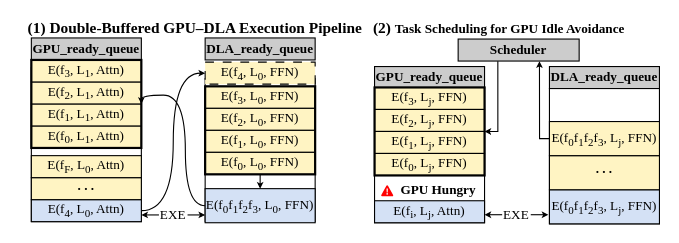
This is figures/design_pipeline.drawio from icszhr/hermes, a draw.io file, before an edit. Source tidied: cells renumbered, new cells numbered last; positions are measured from the earlier drawing's top-left corner, leaving out a move shared by most shapes. Both pictures are drawn from the tidied source at 110%, with x=0, y=0 at pixel (19, 21).
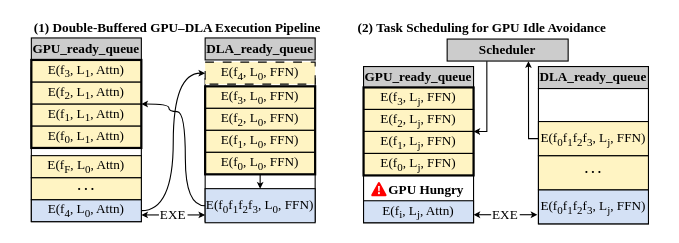
The same page after the edit.

The change refers to these unchanged cells:
```xml
<mxCell id="16" value="E(f&lt;sub&gt;2&lt;/sub&gt;, L&lt;sub&gt;1&lt;/sub&gt;, Attn)" style="rounded=0;whiteSpace=wrap;html=1;fontFamily=Times New Roman;fillColor=#FFF4C3;" parent="1" vertex="1">
  <mxGeometry x="11" y="55" width="100" height="20" as="geometry" />
</mxCell>
<mxCell id="21" value="E(f&lt;sub&gt;0&lt;/sub&gt;f&lt;sub&gt;1&lt;/sub&gt;f&lt;sub&gt;2&lt;/sub&gt;f&lt;sub&gt;3&lt;/sub&gt;, L&lt;sub&gt;0&lt;/sub&gt;, FFN)" style="rounded=0;whiteSpace=wrap;html=1;fontFamily=Times New Roman;fillColor=#D4E1F5;" parent="1" vertex="1">
  <mxGeometry x="169" y="152" width="100" height="31" as="geometry" />
</mxCell>
```

Diff of the diagram source:
```diff
@@
     <mxCell id="10" value="&lt;b&gt;Scheduler&lt;/b&gt;" style="rounded=0;whiteSpace=wrap;html=1;fontFamily=Times New Roman;fillColor=#CCCCCC;" parent="1" vertex="1">
-      <mxGeometry x="399" y="16" width="110" height="20" as="geometry" />
+      <mxGeometry x="389" y="16" width="110" height="20" as="geometry" />
     </mxCell>
@@
     <mxCell id="20" style="edgeStyle=orthogonalEdgeStyle;rounded=0;jettySize=auto;html=1;exitX=0;exitY=0.5;exitDx=0;exitDy=0;entryX=1;entryY=1;entryDx=0;entryDy=0;curved=1;endSize=3;" parent="1" edge="1" source="21" target="16">
       <mxGeometry relative="1" as="geometry">
         <Array as="points">
           <mxPoint x="151" y="168" />
-          <mxPoint x="151" y="67" />
+          <mxPoint x="151" y="82" />
+          <mxPoint x="136" y="82" />
+          <mxPoint x="136" y="75" />
         </Array>
       </mxGeometry>
     </mxCell>
@@
     <mxCell id="27" value="&lt;b&gt;GPU_ready_queue&lt;/b&gt;" style="rounded=0;whiteSpace=wrap;html=1;fontFamily=Times New Roman;fillColor=#CCCCCC;" parent="1" vertex="1">
-      <mxGeometry x="323" y="41" width="100" height="20" as="geometry" />
+      <mxGeometry x="313" y="41" width="100" height="20" as="geometry" />
     </mxCell>
     <mxCell id="28" value="&lt;b&gt;DLA_ready_queue&lt;/b&gt;" style="rounded=0;whiteSpace=wrap;html=1;fontFamily=Times New Roman;fillColor=#CCCCCC;" parent="1" vertex="1">
-      <mxGeometry x="482" y="41" width="100" height="20" as="geometry" />
+      <mxGeometry x="472" y="41" width="100" height="20" as="geometry" />
     </mxCell>
     <mxCell id="29" style="rounded=0;whiteSpace=wrap;html=1;fontFamily=Times New Roman;" parent="1" vertex="1">
-      <mxGeometry x="323" y="72" width="100" height="111" as="geometry" />
+      <mxGeometry x="313" y="72" width="100" height="111" as="geometry" />
     </mxCell>
     <mxCell id="30" style="rounded=0;whiteSpace=wrap;html=1;fontFamily=Times New Roman;" parent="1" vertex="1">
-      <mxGeometry x="482" y="61" width="100" height="123" as="geometry" />
+      <mxGeometry x="472" y="61" width="100" height="123" as="geometry" />
     </mxCell>
@@
     <mxCell id="32" value="E(f&lt;sub&gt;i&lt;/sub&gt;, L&lt;sub&gt;j&lt;/sub&gt;, Attn)" style="rounded=0;whiteSpace=wrap;html=1;fontFamily=Times New Roman;fillColor=#D4E1F5;" parent="1" vertex="1">
-      <mxGeometry x="323" y="163" width="100" height="20" as="geometry" />
+      <mxGeometry x="313" y="163" width="100" height="20" as="geometry" />
     </mxCell>
     <mxCell id="33" value="E(f&lt;sub&gt;0&lt;/sub&gt;f&lt;sub&gt;1&lt;/sub&gt;f&lt;sub&gt;2&lt;/sub&gt;f&lt;sub&gt;3&lt;/sub&gt;, L&lt;sub&gt;j&lt;/sub&gt;, FFN)" style="rounded=0;whiteSpace=wrap;html=1;fontFamily=Times New Roman;fillColor=#D4E1F5;" parent="1" vertex="1">
-      <mxGeometry x="482" y="153" width="100" height="31" as="geometry" />
+      <mxGeometry x="472" y="153" width="100" height="31" as="geometry" />
     </mxCell>
     <mxCell id="34" value="&lt;font face=&quot;Times New Roman&quot;&gt;EXE&lt;/font&gt;" style="text;html=1;whiteSpace=wrap;strokeColor=none;fillColor=none;align=center;verticalAlign=middle;rounded=0;" parent="1" vertex="1">
-      <mxGeometry x="422" y="173.8" width="60" height="4" as="geometry" />
+      <mxGeometry x="412" y="173.8" width="60" height="4" as="geometry" />
     </mxCell>
     <mxCell id="35" style="endArrow=classic;html=1;rounded=0;endSize=3;" parent="1" edge="1">
       <mxGeometry relative="1" as="geometry">
-        <mxPoint x="439" y="175.7" as="sourcePoint" />
-        <mxPoint x="423" y="175.7" as="targetPoint" />
+        <mxPoint x="429" y="175.7" as="sourcePoint" />
+        <mxPoint x="413" y="175.7" as="targetPoint" />
       </mxGeometry>
     </mxCell>
     <mxCell id="36" style="endArrow=none;html=1;rounded=0;endSize=3;endFill=0;startArrow=classic;startFill=1;startSize=3;" parent="1" edge="1">
       <mxGeometry relative="1" as="geometry">
-        <mxPoint x="481" y="175.7" as="sourcePoint" />
-        <mxPoint x="465" y="175.7" as="targetPoint" />
+        <mxPoint x="471" y="175.7" as="sourcePoint" />
+        <mxPoint x="455" y="175.7" as="targetPoint" />
       </mxGeometry>
     </mxCell>
     <mxCell id="37" value="&lt;b style=&quot;line-height: 0px;&quot;&gt;. . .&lt;/b&gt;" style="rounded=0;whiteSpace=wrap;html=1;fontFamily=Times New Roman;fillColor=#FFF4C3;spacingTop=-7;" parent="1" vertex="1">
-      <mxGeometry x="482" y="122" width="100" height="31" as="geometry" />
+      <mxGeometry x="472" y="122" width="100" height="31" as="geometry" />
     </mxCell>
     <mxCell id="38" value="E(f&lt;sub&gt;0&lt;/sub&gt;f&lt;sub&gt;1&lt;/sub&gt;f&lt;sub&gt;2&lt;/sub&gt;f&lt;sub&gt;3&lt;/sub&gt;, L&lt;sub&gt;j&lt;/sub&gt;, FFN)" style="rounded=0;whiteSpace=wrap;html=1;fontFamily=Times New Roman;fillColor=#FFF4C3;" parent="1" vertex="1">
-      <mxGeometry x="482" y="91" width="100" height="31" as="geometry" />
+      <mxGeometry x="472" y="91" width="100" height="31" as="geometry" />
     </mxCell>
     <mxCell id="39" style="edgeStyle=orthogonalEdgeStyle;rounded=0;jettySize=auto;html=1;exitX=0;exitY=0.5;exitDx=0;exitDy=0;endSize=3;entryX=0.672;entryY=1.005;entryDx=0;entryDy=0;entryPerimeter=0;" parent="1" edge="1" source="38" target="10">
       <mxGeometry relative="1" as="geometry">
         <Array as="points">
-          <mxPoint x="473" y="106" />
-          <mxPoint x="473" y="105" />
-          <mxPoint x="473" y="105" />
+          <mxPoint x="463" y="106" />
+          <mxPoint x="463" y="105" />
+          <mxPoint x="463" y="105" />
         </Array>
       </mxGeometry>
     </mxCell>
     <mxCell id="40" value="E(f&lt;sub&gt;3&lt;/sub&gt;, L&lt;sub&gt;j&lt;/sub&gt;, FFN)" style="rounded=0;whiteSpace=wrap;html=1;fontFamily=Times New Roman;fillColor=#FFF4C3;" parent="1" vertex="1">
-      <mxGeometry x="323" y="60" width="100" height="20" as="geometry" />
+      <mxGeometry x="313" y="60" width="100" height="20" as="geometry" />
     </mxCell>
     <mxCell id="41" value="E(f&lt;sub&gt;2&lt;/sub&gt;, L&lt;sub&gt;j&lt;/sub&gt;, FFN)" style="rounded=0;whiteSpace=wrap;html=1;fontFamily=Times New Roman;fillColor=#FFF4C3;" parent="1" vertex="1">
-      <mxGeometry x="323" y="80" width="100" height="20" as="geometry" />
+      <mxGeometry x="313" y="80" width="100" height="20" as="geometry" />
     </mxCell>
     <mxCell id="42" value="E(f&lt;sub&gt;1&lt;/sub&gt;, L&lt;sub&gt;j&lt;/sub&gt;, FFN)" style="rounded=0;whiteSpace=wrap;html=1;fontFamily=Times New Roman;fillColor=#FFF4C3;" parent="1" vertex="1">
-      <mxGeometry x="323" y="100" width="100" height="20" as="geometry" />
+      <mxGeometry x="313" y="100" width="100" height="20" as="geometry" />
     </mxCell>
     <mxCell id="43" value="E(f&lt;sub&gt;0&lt;/sub&gt;, L&lt;sub&gt;j&lt;/sub&gt;, FFN)" style="rounded=0;whiteSpace=wrap;html=1;fontFamily=Times New Roman;fillColor=#FFF4C3;" parent="1" vertex="1">
-      <mxGeometry x="323" y="120" width="100" height="20" as="geometry" />
+      <mxGeometry x="313" y="120" width="100" height="20" as="geometry" />
     </mxCell>
     <mxCell id="44" style="rounded=0;whiteSpace=wrap;html=1;strokeWidth=2;fillColor=none;" parent="1" vertex="1">
-      <mxGeometry x="323" y="60" width="100" height="80" as="geometry" />
+      <mxGeometry x="313" y="60" width="100" height="80" as="geometry" />
     </mxCell>
     <mxCell id="45" value="&lt;b style=&quot;forced-color-adjust: none; color: rgb(0, 0, 0); font-family: &amp;quot;Times New Roman&amp;quot;; font-size: 12px; font-style: normal; font-variant-ligatures: normal; font-variant-caps: normal; letter-spacing: normal; orphans: 2; text-align: center; text-indent: 0px; text-transform: none; widows: 2; word-spacing: 0px; -webkit-text-stroke-width: 0px; white-space: normal; text-decoration-thickness: initial; text-decoration-style: initial; text-decoration-color: initial;&quot;&gt;GPU Hungry&lt;/b&gt;" style="text;whiteSpace=wrap;html=1;labelBackgroundColor=none;" parent="1" vertex="1">
-      <mxGeometry x="345" y="139" width="80" height="20" as="geometry" />
+      <mxGeometry x="334" y="139" width="80" height="20" as="geometry" />
     </mxCell>
     <mxCell id="46" style="verticalLabelPosition=bottom;html=1;verticalAlign=top;align=center;strokeColor=none;fillColor=#FF0000;shape=mxgraph.azure.azure_alert;" parent="1" vertex="1">
-      <mxGeometry x="329" y="149" width="11" height="10" as="geometry" />
+      <mxGeometry x="320" y="146" width="14" height="13" as="geometry" />
     </mxCell>
     <mxCell id="47" style="edgeStyle=orthogonalEdgeStyle;rounded=0;jettySize=auto;html=1;exitX=1;exitY=0.5;exitDx=0;exitDy=0;entryX=0.328;entryY=1.011;entryDx=0;entryDy=0;entryPerimeter=0;startArrow=classic;startFill=1;endArrow=none;endFill=0;startSize=3;" parent="1" edge="1" source="44" target="10">
       <mxGeometry relative="1" as="geometry">
         <Array as="points">
-          <mxPoint x="435" y="100" />
+          <mxPoint x="425" y="100" />
         </Array>
       </mxGeometry>
     </mxCell>
-    <mxCell id="48" value="&lt;font face=&quot;Times New Roman&quot; style=&quot;font-size: 14px;&quot;&gt;&lt;b&gt;(1)&amp;nbsp;Double-Buffered GPU–DLA Execution Pipeline&lt;/b&gt;&lt;/font&gt;" style="text;html=1;whiteSpace=wrap;strokeColor=none;fillColor=none;align=center;verticalAlign=middle;rounded=0;" parent="1" vertex="1">
-      <mxGeometry width="320" height="14" as="geometry" />
+    <mxCell id="48" value="&lt;font&gt;&lt;b&gt;(1)&amp;nbsp;Double-Buffered GPU–DLA Execution Pipeline&lt;/b&gt;&lt;/font&gt;" style="text;html=1;whiteSpace=wrap;strokeColor=none;fillColor=none;align=center;verticalAlign=middle;rounded=0;fontFamily=Times New Roman;fontSize=12;" parent="1" vertex="1">
+      <mxGeometry x="11" y="-1" width="266" height="14" as="geometry" />
     </mxCell>
-    <mxCell id="49" value="&lt;b&gt;&lt;font face=&quot;Times New Roman&quot;&gt;&lt;span style=&quot;font-size: 14px; text-align: center;&quot;&gt;(2)&amp;nbsp;&lt;/span&gt;Task Scheduling for GPU Idle Avoidance&lt;/font&gt;&lt;/b&gt;" style="text;whiteSpace=wrap;html=1;verticalAlign=middle;" parent="1" vertex="1">
-      <mxGeometry x="320" width="250" height="13" as="geometry" />
+    <mxCell id="49" value="&lt;b&gt;&lt;font&gt;&lt;span style=&quot;text-align: center;&quot;&gt;(2)&amp;nbsp;&lt;/span&gt;Task Scheduling for GPU Idle Avoidance&lt;/font&gt;&lt;/b&gt;" style="text;whiteSpace=wrap;html=1;verticalAlign=middle;fontFamily=Times New Roman;fontSize=12;" parent="1" vertex="1">
+      <mxGeometry x="306" y="-1" width="250" height="13" as="geometry" />
     </mxCell>
```
